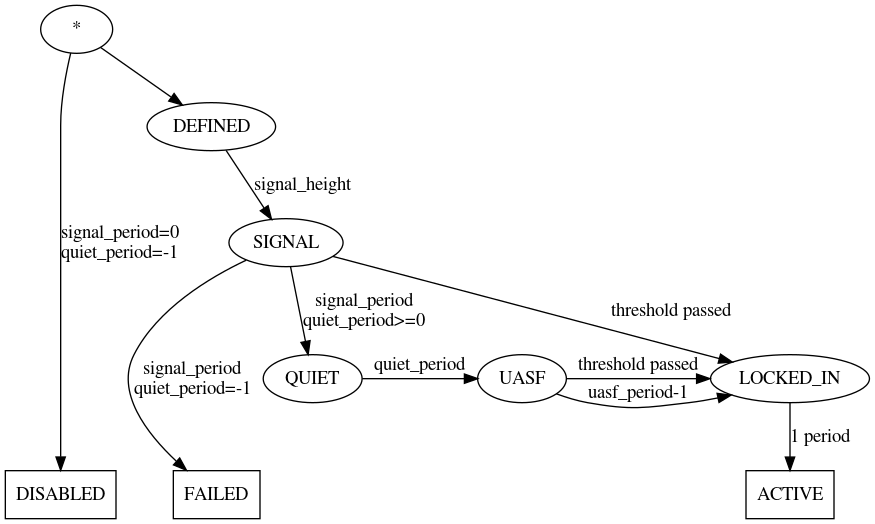
Before: bip-sigsf/states.png, a diagram exported from Graphviz (ajtowns/bips). Its source is kept beside it as bip-sigsf/states.dot.
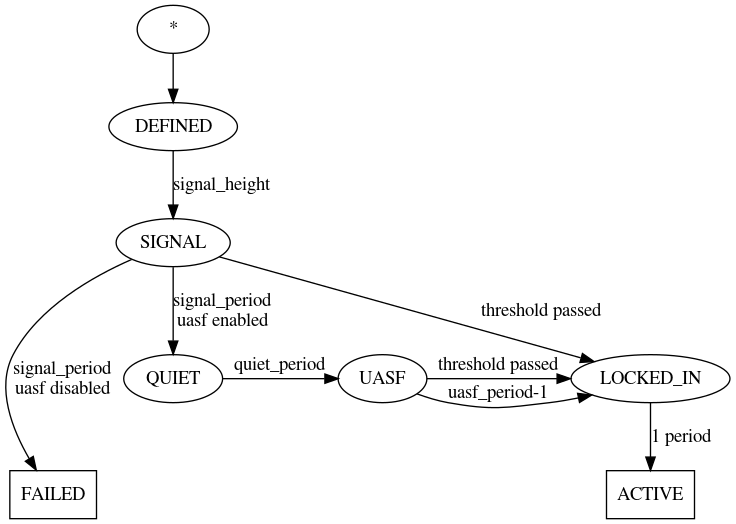
The same diagram one commit later.

Change to the diagram source:
```diff
@@ -1,20 +1,18 @@
 digraph {
   "rankdir"="TD";
 
-  "*" -> "DISABLED" [label="signal_period=0\nquiet_period=-1"];
   "*" -> "DEFINED";
 
   "DEFINED" -> "SIGNAL" [label="signal_height"];
-  "SIGNAL" -> "FAILED" [label="signal_period\nquiet_period=-1"];
+  "SIGNAL" -> "FAILED" [label="signal_period\nuasf disabled"];
   "SIGNAL" -> "LOCKED_IN" [label="threshold passed"];
   "LOCKED_IN" -> "ACTIVE" [label="1 period"];
 
-  "SIGNAL" -> "QUIET" [label="signal_period\nquiet_period>=0"];
+  "SIGNAL" -> "QUIET" [label="signal_period\nuasf enabled"];
   "QUIET" -> "UASF" [label="quiet_period"];
   "UASF" -> "LOCKED_IN" [label="threshold passed"];
   "UASF" -> "LOCKED_IN" [label="uasf_period-1"];
 
-  "DISABLED" [shape=box];
   "FAILED" [shape=box];
   "ACTIVE" [shape=box];
 
@@ -22,6 +20,6 @@
   "QUIET" -> "FAILED" [style=invis];
 
   { rank=same; "QUIET" "UASF" "LOCKED_IN"; }
-  { rank=same; "DISABLED" "FAILED" "ACTIVE"; }
+  { rank=same; "FAILED" "ACTIVE"; }
 
 }
```
